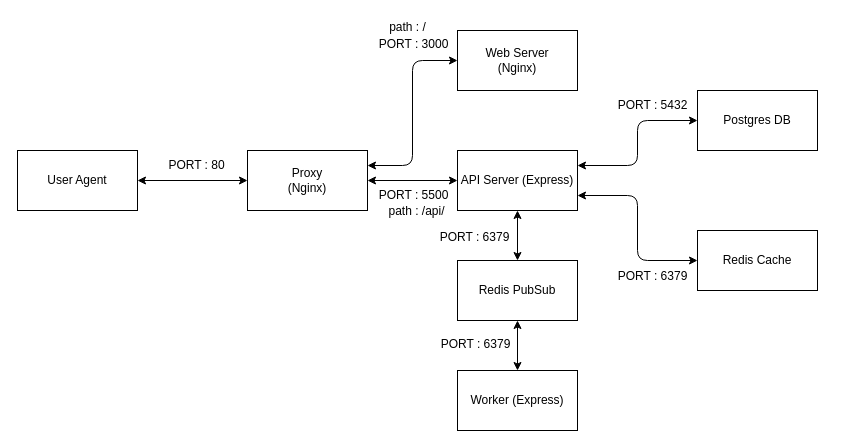
Above: components.drawio in JEFFTIMES/muilt-ctnr-app (draw.io), before the change. Source tidied: cells renumbered, new cells numbered last; positions are measured from the earlier drawing's top-left corner, leaving out a move shared by most shapes. Both pictures are drawn from the tidied source at 100%, with x=0, y=0 at pixel (17, 17).
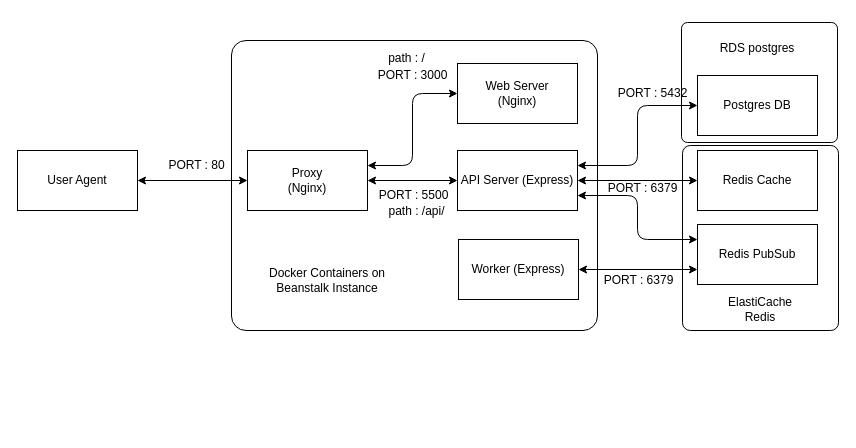
The same diagram, later.

Unchanged cells that the change refers to:
```xml
<mxCell id="11" value="API Server (Express)" style="rounded=0;whiteSpace=wrap;html=1;" parent="1" vertex="1">
  <mxGeometry x="440" y="133" width="120" height="60" as="geometry" />
</mxCell>
```

Diff of the diagram source:
```diff
@@
+    <mxCell id="26" style="rounded=1;whiteSpace=wrap;html=1;arcSize=5;" parent="1" vertex="1">
+      <mxGeometry x="665" y="128" width="156" height="185" as="geometry" />
+    </mxCell>
+    <mxCell id="27" style="rounded=1;whiteSpace=wrap;html=1;arcSize=5;" parent="1" vertex="1">
+      <mxGeometry x="664" y="5" width="156" height="120" as="geometry" />
+    </mxCell>
+    <mxCell id="28" style="rounded=1;whiteSpace=wrap;html=1;arcSize=5;" parent="1" vertex="1">
+      <mxGeometry x="214" y="23" width="366" height="290" as="geometry" />
+    </mxCell>
@@
     <mxCell id="7" value="Web Server&lt;br&gt;(Nginx)" style="rounded=0;whiteSpace=wrap;html=1;" parent="1" vertex="1">
-      <mxGeometry x="440" y="13" width="120" height="60" as="geometry" />
+      <mxGeometry x="440" y="46" width="120" height="60" as="geometry" />
     </mxCell>
-    <mxCell id="8" style="edgeStyle=orthogonalEdgeStyle;rounded=0;jettySize=auto;html=1;exitX=0.5;exitY=1;exitDx=0;exitDy=0;startArrow=classic;startFill=1;" parent="1" edge="1" source="11" target="13">
+    <mxCell id="8" style="edgeStyle=orthogonalEdgeStyle;rounded=1;jettySize=auto;html=1;exitX=1;exitY=0.75;exitDx=0;exitDy=0;startArrow=classic;startFill=1;entryX=0;entryY=0.25;entryDx=0;entryDy=0;" parent="1" edge="1" source="11" target="13">
       <mxGeometry relative="1" as="geometry" />
     </mxCell>
@@
-    <mxCell id="10" style="edgeStyle=orthogonalEdgeStyle;rounded=1;jettySize=auto;html=1;exitX=1;exitY=0.75;exitDx=0;exitDy=0;entryX=0;entryY=0.5;entryDx=0;entryDy=0;startArrow=classic;startFill=1;" parent="1" edge="1" source="11" target="15">
+    <mxCell id="10" style="edgeStyle=orthogonalEdgeStyle;rounded=1;jettySize=auto;html=1;exitX=1;exitY=0.5;exitDx=0;exitDy=0;entryX=0;entryY=0.5;entryDx=0;entryDy=0;startArrow=classic;startFill=1;" parent="1" edge="1" source="11" target="15">
       <mxGeometry relative="1" as="geometry" />
     </mxCell>
@@
-    <mxCell id="12" style="edgeStyle=orthogonalEdgeStyle;rounded=0;jettySize=auto;html=1;exitX=0.5;exitY=1;exitDx=0;exitDy=0;startArrow=classic;startFill=1;" parent="1" edge="1" source="13" target="16">
+    <mxCell id="12" style="edgeStyle=orthogonalEdgeStyle;rounded=1;jettySize=auto;html=1;exitX=0;exitY=0.75;exitDx=0;exitDy=0;startArrow=classic;startFill=1;" parent="1" edge="1" source="13" target="16">
       <mxGeometry relative="1" as="geometry" />
     </mxCell>
     <mxCell id="13" value="Redis PubSub" style="rounded=0;whiteSpace=wrap;html=1;" parent="1" vertex="1">
-      <mxGeometry x="440" y="243" width="120" height="60" as="geometry" />
+      <mxGeometry x="680" y="207" width="120" height="60" as="geometry" />
     </mxCell>
     <mxCell id="14" value="Postgres DB" style="rounded=0;whiteSpace=wrap;html=1;" parent="1" vertex="1">
-      <mxGeometry x="680" y="73" width="120" height="60" as="geometry" />
+      <mxGeometry x="680" y="58" width="120" height="60" as="geometry" />
     </mxCell>
     <mxCell id="15" value="Redis Cache" style="rounded=0;whiteSpace=wrap;html=1;" parent="1" vertex="1">
-      <mxGeometry x="680" y="213" width="120" height="60" as="geometry" />
+      <mxGeometry x="680" y="133" width="120" height="60" as="geometry" />
     </mxCell>
     <mxCell id="16" value="Worker (Express)" style="rounded=0;whiteSpace=wrap;html=1;" parent="1" vertex="1">
-      <mxGeometry x="440" y="353" width="120" height="60" as="geometry" />
+      <mxGeometry x="441" y="222" width="120" height="60" as="geometry" />
     </mxCell>
     <mxCell id="17" value="PORT : 3000" style="text;html=1;align=center;verticalAlign=middle;strokeColor=none;fillColor=none;" parent="1" vertex="1">
-      <mxGeometry x="351" y="17" width="90" height="20" as="geometry" />
+      <mxGeometry x="350" y="48" width="90" height="20" as="geometry" />
     </mxCell>
@@
     <mxCell id="19" value="PORT : 5432" style="text;html=1;align=center;verticalAlign=middle;strokeColor=none;fillColor=none;" parent="1" vertex="1">
-      <mxGeometry x="590" y="78" width="90" height="20" as="geometry" />
+      <mxGeometry x="590" y="66" width="90" height="20" as="geometry" />
     </mxCell>
     <mxCell id="20" value="PORT : 6379" style="text;html=1;align=center;verticalAlign=middle;strokeColor=none;fillColor=none;" parent="1" vertex="1">
-      <mxGeometry x="590" y="249" width="90" height="20" as="geometry" />
+      <mxGeometry x="580" y="161" width="90" height="20" as="geometry" />
     </mxCell>
-    <mxCell id="21" value="PORT : 6379" style="text;html=1;align=center;verticalAlign=middle;strokeColor=none;fillColor=none;" parent="1" vertex="1">
-      <mxGeometry x="412" y="210" width="90" height="20" as="geometry" />
-    </mxCell>
     <mxCell id="22" value="PORT : 6379" style="text;html=1;align=center;verticalAlign=middle;strokeColor=none;fillColor=none;" parent="1" vertex="1">
-      <mxGeometry x="413" y="317" width="90" height="20" as="geometry" />
+      <mxGeometry x="576" y="253" width="90" height="20" as="geometry" />
     </mxCell>
@@
     <mxCell id="24" value="path : /" style="text;html=1;align=center;verticalAlign=middle;strokeColor=none;fillColor=none;" parent="1" vertex="1">
-      <mxGeometry x="365" width="50" height="20" as="geometry" />
+      <mxGeometry x="364" y="31" width="50" height="20" as="geometry" />
     </mxCell>
@@
+    <mxCell id="29" value="Docker Containers on Beanstalk Instance" style="text;html=1;strokeColor=none;fillColor=none;align=center;verticalAlign=middle;whiteSpace=wrap;rounded=0;" parent="1" vertex="1">
+      <mxGeometry x="230" y="248" width="160" height="30" as="geometry" />
+    </mxCell>
+    <mxCell id="30" value="RDS postgres" style="text;html=1;strokeColor=none;fillColor=none;align=center;verticalAlign=middle;whiteSpace=wrap;rounded=0;" parent="1" vertex="1">
+      <mxGeometry x="696" y="16" width="88" height="30" as="geometry" />
+    </mxCell>
+    <mxCell id="31" value="ElastiCache&lt;br&gt;Redis" style="text;html=1;strokeColor=none;fillColor=none;align=center;verticalAlign=middle;whiteSpace=wrap;rounded=0;" parent="1" vertex="1">
+      <mxGeometry x="699" y="277" width="88" height="30" as="geometry" />
+    </mxCell>
```
